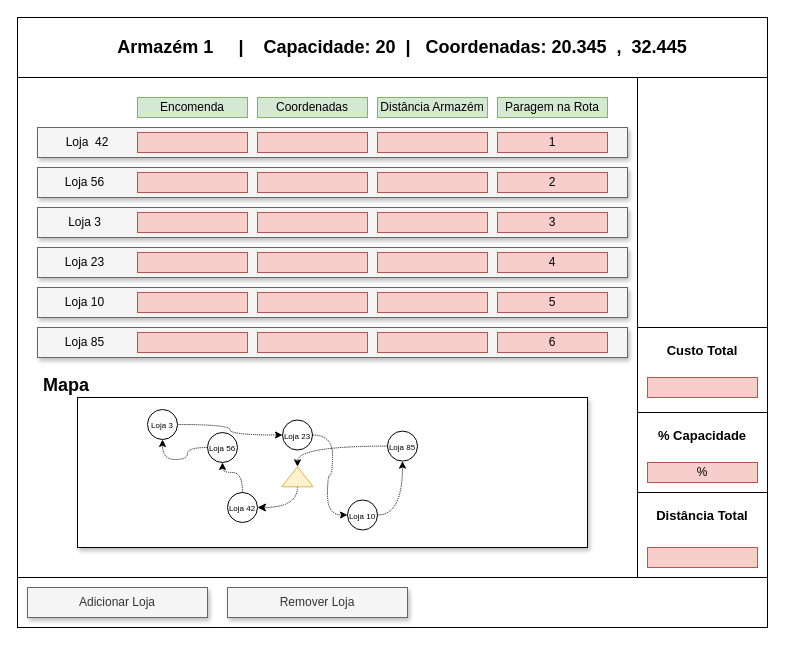
The draw.io diagram page "Pop-up Armazem" (2 of 2) of Untitled Diagram.drawio in ertykiko/SADE, before the edit. Source tidied: cells renumbered, new cells numbered last; positions are measured from the earlier drawing's top-left corner, leaving out a move shared by most shapes. Both pictures are drawn from the tidied source at 100%, with x=0, y=0 at pixel (17, 17).
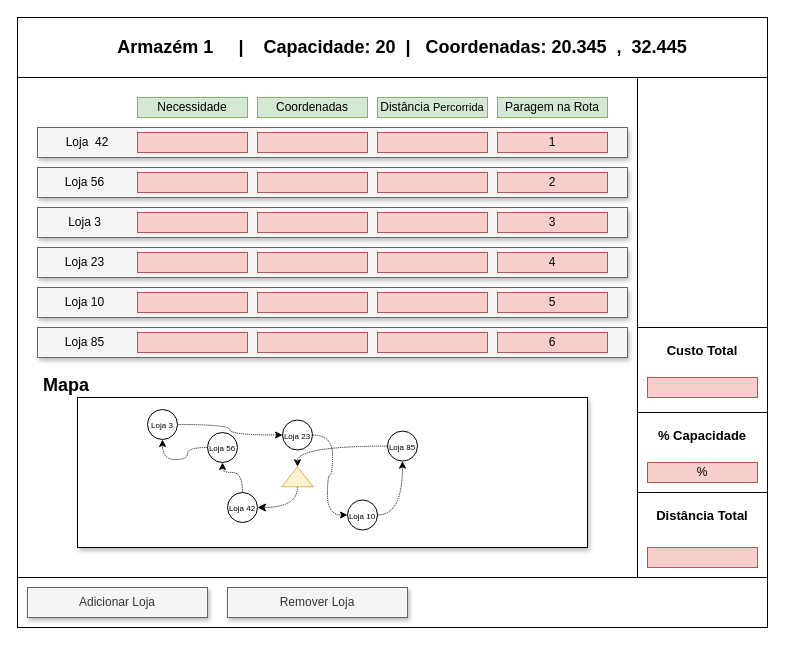
Above is the later version.

Diff of the diagram source:
```diff
@@
-    <mxCell id="45" value="Encomenda" style="text;html=1;strokeColor=#82b366;fillColor=#d5e8d4;align=center;verticalAlign=middle;whiteSpace=wrap;rounded=0;" parent="1" vertex="1">
+    <mxCell id="45" value="Necessidade" style="text;html=1;strokeColor=#82b366;fillColor=#d5e8d4;align=center;verticalAlign=middle;whiteSpace=wrap;rounded=0;" parent="1" vertex="1">
       <mxGeometry x="120" y="80" width="110" height="20" as="geometry" />
     </mxCell>
@@
-    <mxCell id="47" value="Distância Armazém" style="text;html=1;strokeColor=#82b366;fillColor=#d5e8d4;align=center;verticalAlign=middle;whiteSpace=wrap;rounded=0;" parent="1" vertex="1">
+    <mxCell id="47" value="Distância &lt;font style=&quot;font-size: 11px&quot;&gt;Percorrida&lt;/font&gt;" style="text;html=1;strokeColor=#82b366;fillColor=#d5e8d4;align=center;verticalAlign=middle;whiteSpace=wrap;rounded=0;" parent="1" vertex="1">
       <mxGeometry x="360" y="80" width="110" height="20" as="geometry" />
     </mxCell>
```
